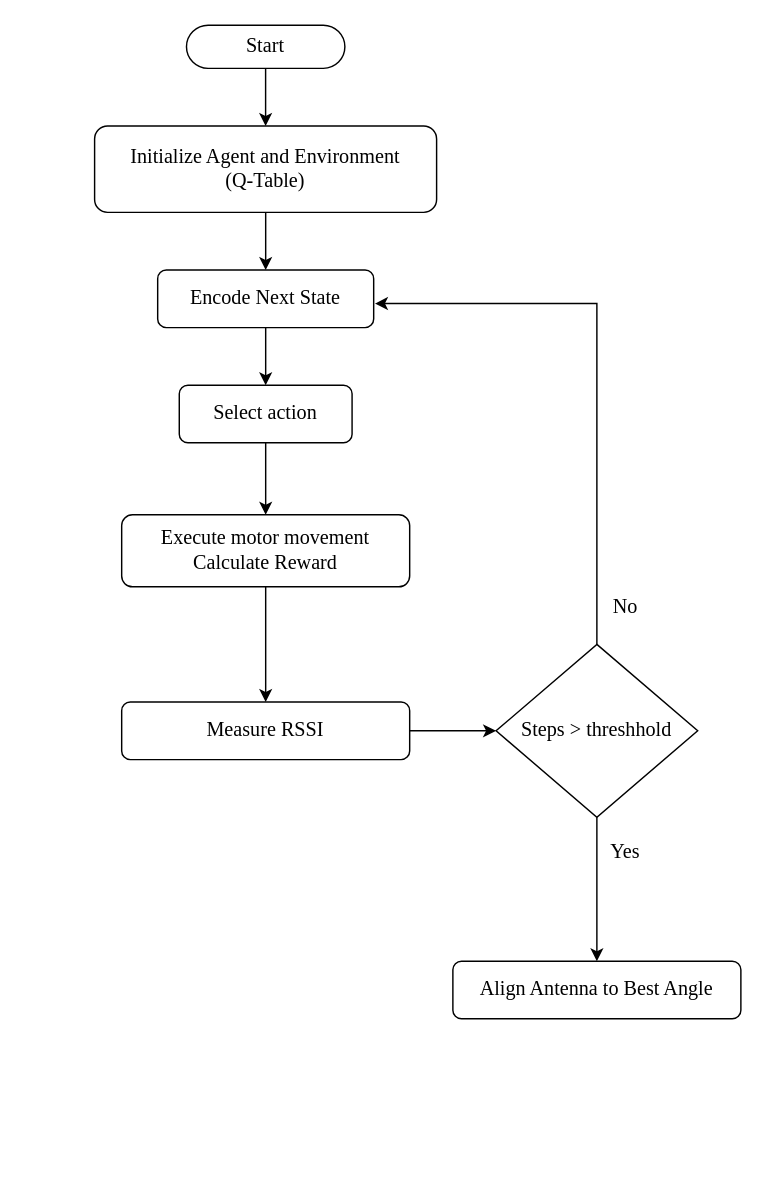
This is Reports/rl_training_flow.drawio from bibekjoshi01/minor-project, a draw.io file, before an edit. Source tidied: cells renumbered, new cells numbered last; positions are measured from the earlier drawing's top-left corner, leaving out a move shared by most shapes. Both pictures are drawn from the tidied source at 144%, with x=0, y=0 at pixel (94, 24).
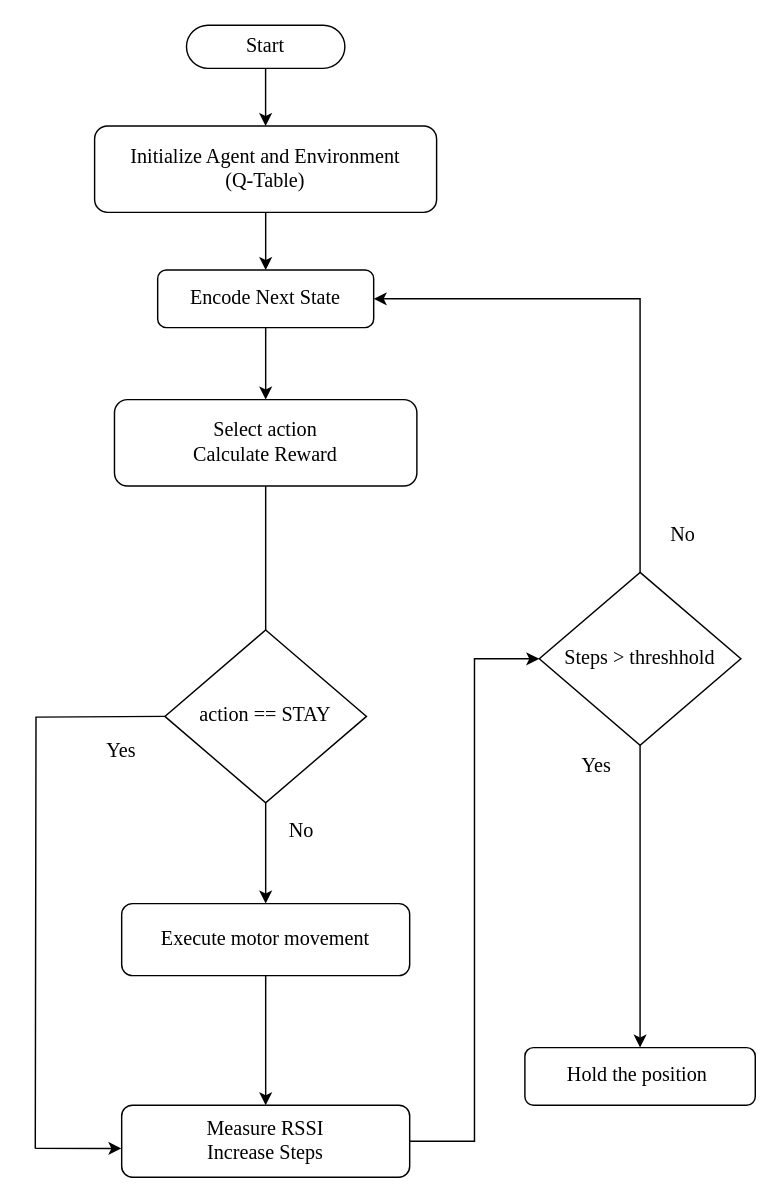
After the change.

Unchanged cells that the change refers to:
```xml
<mxCell id="7" value="&lt;font face=&quot;Times New Roman&quot; style=&quot;font-size: 14px;&quot;&gt;Encode Next State&lt;/font&gt;" style="rounded=1;whiteSpace=wrap;html=1;" parent="1" vertex="1">
  <mxGeometry x="44" y="170" width="150" height="40" as="geometry" />
</mxCell>
```

Change to the diagram source:
```diff
@@
     <mxCell id="8" style="edgeStyle=orthogonalEdgeStyle;rounded=0;jettySize=auto;html=1;" parent="1" edge="1" source="9" target="11">
-      <mxGeometry relative="1" as="geometry" />
+      <mxGeometry relative="1" as="geometry">
+        <Array as="points">
+          <mxPoint x="119" y="520" />
+          <mxPoint x="119" y="520" />
+        </Array>
+      </mxGeometry>
     </mxCell>
-    <mxCell id="9" value="&lt;font face=&quot;Times New Roman&quot; style=&quot;font-size: 14px;&quot;&gt;Select action&lt;/font&gt;" style="rounded=1;whiteSpace=wrap;html=1;" parent="1" vertex="1">
-      <mxGeometry x="59" y="250" width="120" height="40" as="geometry" />
+    <mxCell id="9" value="&lt;div&gt;&lt;font face=&quot;Times New Roman&quot; style=&quot;font-size: 14px;&quot;&gt;Select action&lt;/font&gt;&lt;/div&gt;&lt;div&gt;&lt;font style=&quot;font-size: 14px;&quot; face=&quot;Times New Roman&quot;&gt;Calculate Reward&lt;/font&gt;&lt;/div&gt;" style="rounded=1;whiteSpace=wrap;html=1;" parent="1" vertex="1">
+      <mxGeometry x="14" y="260" width="210" height="60" as="geometry" />
     </mxCell>
@@
-    <mxCell id="11" value="&lt;div&gt;&lt;font style=&quot;font-size: 14px;&quot; face=&quot;Times New Roman&quot;&gt;Execute motor movement&lt;/font&gt;&lt;/div&gt;&lt;div&gt;&lt;font style=&quot;font-size: 14px;&quot; face=&quot;Times New Roman&quot;&gt;Calculate Reward&lt;/font&gt;&lt;/div&gt;" style="rounded=1;whiteSpace=wrap;html=1;" parent="1" vertex="1">
-      <mxGeometry x="19" y="340" width="200" height="50" as="geometry" />
+    <mxCell id="11" value="&lt;div&gt;&lt;font style=&quot;font-size: 14px;&quot; face=&quot;Times New Roman&quot;&gt;Execute motor movement&lt;/font&gt;&lt;/div&gt;" style="rounded=1;whiteSpace=wrap;html=1;" parent="1" vertex="1">
+      <mxGeometry x="19" y="610" width="200" height="50" as="geometry" />
     </mxCell>
@@
-    <mxCell id="13" value="&lt;div&gt;&lt;div&gt;&lt;font face=&quot;Times New Roman&quot; style=&quot;font-size: 14px;&quot;&gt;Measure RSSI&lt;/font&gt;&lt;/div&gt;&lt;/div&gt;" style="rounded=1;whiteSpace=wrap;html=1;" parent="1" vertex="1">
-      <mxGeometry x="19" y="470" width="200" height="40" as="geometry" />
+    <mxCell id="13" value="&lt;div&gt;&lt;div&gt;&lt;font style=&quot;font-size: 14px;&quot; face=&quot;Times New Roman&quot;&gt;Measure RSSI&lt;/font&gt;&lt;/div&gt;&lt;div&gt;&lt;font style=&quot;font-size: 14px;&quot; face=&quot;Times New Roman&quot;&gt;Increase Steps&lt;/font&gt;&lt;/div&gt;&lt;/div&gt;" style="rounded=1;whiteSpace=wrap;html=1;" parent="1" vertex="1">
+      <mxGeometry x="19" y="750" width="200" height="50" as="geometry" />
     </mxCell>
-    <mxCell id="14" style="edgeStyle=orthogonalEdgeStyle;rounded=0;jettySize=auto;html=1;entryX=1.006;entryY=0.582;entryDx=0;entryDy=0;entryPerimeter=0;" parent="1" edge="1" target="7">
+    <mxCell id="14" style="edgeStyle=orthogonalEdgeStyle;rounded=0;jettySize=auto;html=1;entryX=1;entryY=0.5;entryDx=0;entryDy=0;exitX=0.5;exitY=0;exitDx=0;exitDy=0;" parent="1" edge="1" source="16" target="7">
       <mxGeometry relative="1" as="geometry">
-        <mxPoint x="349" y="430" as="sourcePoint" />
         <Array as="points">
-          <mxPoint x="349" y="193" />
+          <mxPoint x="379" y="190" />
         </Array>
       </mxGeometry>
     </mxCell>
-    <mxCell id="15" style="edgeStyle=orthogonalEdgeStyle;rounded=0;jettySize=auto;html=1;" parent="1" edge="1" source="16">
-      <mxGeometry relative="1" as="geometry">
-        <mxPoint x="349" y="650" as="targetPoint" />
-      </mxGeometry>
-    </mxCell>
+    <mxCell id="20" style="edgeStyle=orthogonalEdgeStyle;rounded=0;jettySize=auto;html=1;entryX=0.5;entryY=0;entryDx=0;entryDy=0;" parent="1" edge="1" source="16" target="19">
+      <mxGeometry relative="1" as="geometry" />
+    </mxCell>
     <mxCell id="16" value="&lt;font face=&quot;Times New Roman&quot; style=&quot;font-size: 14px;&quot;&gt;Steps &amp;gt; threshhold&lt;/font&gt;" style="rhombus;whiteSpace=wrap;html=1;" parent="1" vertex="1">
-      <mxGeometry x="279" y="430" width="140" height="120" as="geometry" />
+      <mxGeometry x="309" y="380" width="140" height="120" as="geometry" />
     </mxCell>
     <mxCell id="17" value="&lt;font face=&quot;Times New Roman&quot; style=&quot;font-size: 14px;&quot;&gt;No&lt;/font&gt;" style="text;html=1;whiteSpace=wrap;strokeColor=none;fillColor=none;align=center;verticalAlign=middle;rounded=0;" parent="1" vertex="1">
-      <mxGeometry x="339" y="390" width="60" height="30" as="geometry" />
+      <mxGeometry x="379" y="340" width="60" height="30" as="geometry" />
     </mxCell>
     <mxCell id="18" value="&lt;font face=&quot;Times New Roman&quot; style=&quot;font-size: 14px;&quot;&gt;Yes&lt;/font&gt;" style="text;html=1;whiteSpace=wrap;strokeColor=none;fillColor=none;align=center;verticalAlign=middle;rounded=0;" parent="1" vertex="1">
-      <mxGeometry x="339" y="560" width="60" height="30" as="geometry" />
+      <mxGeometry x="319" y="500" width="60" height="30" as="geometry" />
     </mxCell>
-    <mxCell id="19" value="&lt;font face=&quot;Times New Roman&quot; style=&quot;font-size: 14px;&quot;&gt;Align Antenna to Best Angle&lt;/font&gt;" style="rounded=1;whiteSpace=wrap;html=1;" parent="1" vertex="1">
-      <mxGeometry x="249" y="650" width="200" height="40" as="geometry" />
+    <mxCell id="19" value="&lt;font style=&quot;font-size: 14px;&quot; face=&quot;Times New Roman&quot;&gt;Hold the position&lt;/font&gt;&lt;font style=&quot;font-size: 14px;&quot; face=&quot;Times New Roman&quot;&gt;&amp;nbsp;&lt;/font&gt;" style="rounded=1;whiteSpace=wrap;html=1;" parent="1" vertex="1">
+      <mxGeometry x="299" y="710" width="160" height="40" as="geometry" />
     </mxCell>
+    <mxCell id="21" style="edgeStyle=orthogonalEdgeStyle;rounded=0;orthogonalLoop=1;jettySize=auto;html=1;strokeColor=default;endArrow=none;endFill=0;" parent="1" edge="1">
+      <mxGeometry relative="1" as="geometry">
+        <mxPoint x="49" y="480" as="sourcePoint" />
+        <mxPoint x="-41" y="780" as="targetPoint" />
+      </mxGeometry>
+    </mxCell>
+    <mxCell id="22" value="&lt;font face=&quot;Times New Roman&quot; style=&quot;font-size: 14px;&quot;&gt;action == STAY&lt;/font&gt;" style="rhombus;whiteSpace=wrap;html=1;" parent="1" vertex="1">
+      <mxGeometry x="49" y="420" width="140" height="120" as="geometry" />
+    </mxCell>
+    <mxCell id="23" value="&lt;font face=&quot;Times New Roman&quot; style=&quot;font-size: 14px;&quot;&gt;Yes&lt;/font&gt;" style="text;html=1;whiteSpace=wrap;strokeColor=none;fillColor=none;align=center;verticalAlign=middle;rounded=0;" parent="1" vertex="1">
+      <mxGeometry x="-11" y="490" width="60" height="30" as="geometry" />
+    </mxCell>
+    <mxCell id="24" value="&lt;font face=&quot;Times New Roman&quot; style=&quot;font-size: 14px;&quot;&gt;No&lt;/font&gt;" style="text;html=1;whiteSpace=wrap;strokeColor=none;fillColor=none;align=center;verticalAlign=middle;rounded=0;" parent="1" vertex="1">
+      <mxGeometry x="114" y="545" width="60" height="30" as="geometry" />
+    </mxCell>
+    <mxCell id="25" style="endArrow=classic;html=1;rounded=0;entryX=-0.001;entryY=0.601;entryDx=0;entryDy=0;entryPerimeter=0;" parent="1" edge="1" target="13">
+      <mxGeometry relative="1" as="geometry">
+        <mxPoint x="-41" y="780" as="sourcePoint" />
+      </mxGeometry>
+    </mxCell>
```
